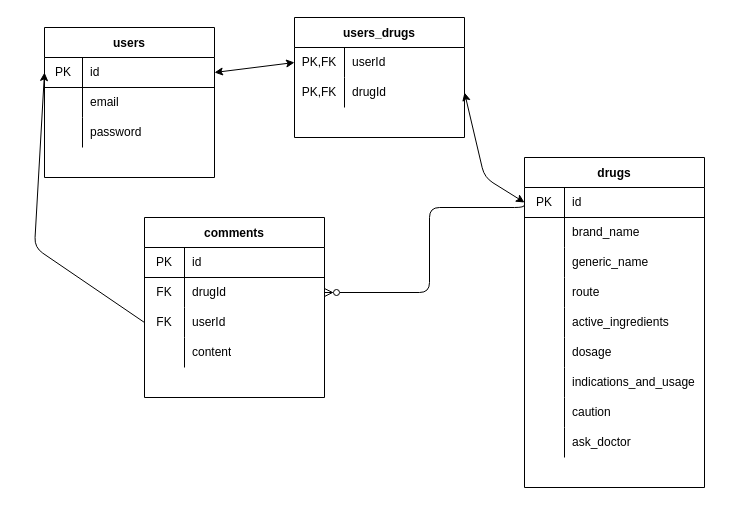
emilyjryan/project-two keeps this draw.io diagram as ERD.drawio. Above is the earlier version. Source tidied: cells renumbered, new cells numbered last; positions are measured from the earlier drawing's top-left corner, leaving out a move shared by most shapes. Both pictures are drawn from the tidied source at 100%, with x=0, y=0 at pixel (34, 17).
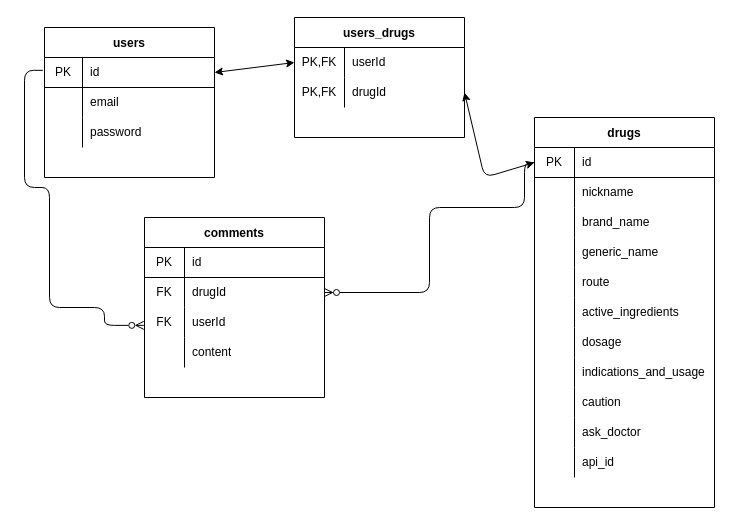
After the change.

The change refers to these unchanged cells:
```xml
<mxCell id="3" style="shape=partialRectangle;html=1;whiteSpace=wrap;fillColor=none;top=0;left=0;bottom=1;right=0;points=[[0,0.5],[1,0.5]];portConstraint=eastwest;" parent="2" vertex="1">
  <mxGeometry y="30" width="170" height="30" as="geometry" />
</mxCell>
<mxCell id="16" style="shape=partialRectangle;html=1;whiteSpace=wrap;fillColor=none;top=0;left=0;bottom=0;right=0;" parent="12" vertex="1">
  <mxGeometry y="60" width="180" height="30" as="geometry" />
</mxCell>
<mxCell id="47" style="shape=partialRectangle;html=1;whiteSpace=wrap;fillColor=none;top=0;left=0;bottom=0;right=0;points=[[0,0.5],[1,0.5]];portConstraint=eastwest;" parent="40" vertex="1">
  <mxGeometry y="90" width="180" height="30" as="geometry" />
</mxCell>
```

The edit, as a diff of the source:
```diff
@@
     <mxCell id="12" value="drugs" style="shape=table;startSize=30;childLayout=tableLayout;rowLines=0;fontStyle=1;align=center;" parent="1" vertex="1">
-      <mxGeometry x="490" y="140" width="180" height="330" as="geometry" />
+      <mxGeometry x="500" y="100" width="180" height="390" as="geometry" />
     </mxCell>
@@
-    <mxCell id="18" value="brand_name" style="shape=partialRectangle;html=1;whiteSpace=wrap;fillColor=none;top=0;left=0;bottom=0;right=0;align=left;spacingLeft=6;overflow=hidden;" parent="16" vertex="1">
+    <mxCell id="18" value="nickname" style="shape=partialRectangle;html=1;whiteSpace=wrap;fillColor=none;top=0;left=0;bottom=0;right=0;align=left;spacingLeft=6;overflow=hidden;" parent="16" vertex="1">
       <mxGeometry x="40" width="140" height="30" as="geometry" />
     </mxCell>
+    <mxCell id="64" style="shape=partialRectangle;html=1;whiteSpace=wrap;fillColor=none;top=0;left=0;bottom=0;right=0;" parent="12" vertex="1">
+      <mxGeometry y="90" width="180" height="30" as="geometry" />
+    </mxCell>
+    <mxCell id="65" style="shape=partialRectangle;html=1;whiteSpace=wrap;fillColor=none;top=0;left=0;bottom=0;right=0;overflow=hidden;" parent="64" vertex="1">
+      <mxGeometry width="40" height="30" as="geometry" />
+    </mxCell>
+    <mxCell id="66" value="brand_name" style="shape=partialRectangle;html=1;whiteSpace=wrap;fillColor=none;top=0;left=0;bottom=0;right=0;align=left;spacingLeft=6;overflow=hidden;" parent="64" vertex="1">
+      <mxGeometry x="40" width="140" height="30" as="geometry" />
+    </mxCell>
     <mxCell id="19" style="shape=partialRectangle;html=1;whiteSpace=wrap;fillColor=none;top=0;left=0;bottom=0;right=0;" parent="12" vertex="1">
-      <mxGeometry y="90" width="180" height="30" as="geometry" />
+      <mxGeometry y="120" width="180" height="30" as="geometry" />
     </mxCell>
@@
     <mxCell id="22" style="shape=partialRectangle;html=1;whiteSpace=wrap;fillColor=none;top=0;left=0;bottom=0;right=0;" parent="12" vertex="1">
-      <mxGeometry y="120" width="180" height="30" as="geometry" />
+      <mxGeometry y="150" width="180" height="30" as="geometry" />
     </mxCell>
@@
     <mxCell id="25" style="shape=partialRectangle;html=1;whiteSpace=wrap;fillColor=none;top=0;left=0;bottom=0;right=0;" parent="12" vertex="1">
-      <mxGeometry y="150" width="180" height="30" as="geometry" />
+      <mxGeometry y="180" width="180" height="30" as="geometry" />
     </mxCell>
@@
     <mxCell id="28" style="shape=partialRectangle;html=1;whiteSpace=wrap;fillColor=none;top=0;left=0;bottom=0;right=0;" parent="12" vertex="1">
-      <mxGeometry y="180" width="180" height="30" as="geometry" />
+      <mxGeometry y="210" width="180" height="30" as="geometry" />
     </mxCell>
@@
     <mxCell id="31" style="shape=partialRectangle;html=1;whiteSpace=wrap;fillColor=none;top=0;left=0;bottom=0;right=0;" parent="12" vertex="1">
-      <mxGeometry y="210" width="180" height="30" as="geometry" />
+      <mxGeometry y="240" width="180" height="30" as="geometry" />
     </mxCell>
@@
     <mxCell id="34" style="shape=partialRectangle;html=1;whiteSpace=wrap;fillColor=none;top=0;left=0;bottom=0;right=0;" parent="12" vertex="1">
-      <mxGeometry y="240" width="180" height="30" as="geometry" />
+      <mxGeometry y="270" width="180" height="30" as="geometry" />
     </mxCell>
@@
     <mxCell id="37" style="shape=partialRectangle;html=1;whiteSpace=wrap;fillColor=none;top=0;left=0;bottom=0;right=0;" parent="12" vertex="1">
-      <mxGeometry y="270" width="180" height="30" as="geometry" />
+      <mxGeometry y="300" width="180" height="30" as="geometry" />
     </mxCell>
@@
+    <mxCell id="67" style="shape=partialRectangle;html=1;whiteSpace=wrap;fillColor=none;top=0;left=0;bottom=0;right=0;" parent="12" vertex="1">
+      <mxGeometry y="330" width="180" height="30" as="geometry" />
+    </mxCell>
+    <mxCell id="68" style="shape=partialRectangle;html=1;whiteSpace=wrap;fillColor=none;top=0;left=0;bottom=0;right=0;overflow=hidden;" parent="67" vertex="1">
+      <mxGeometry width="40" height="30" as="geometry" />
+    </mxCell>
+    <mxCell id="69" value="api_id" style="shape=partialRectangle;html=1;whiteSpace=wrap;fillColor=none;top=0;left=0;bottom=0;right=0;align=left;spacingLeft=6;overflow=hidden;" parent="67" vertex="1">
+      <mxGeometry x="40" width="140" height="30" as="geometry" />
+    </mxCell>
@@
-    <mxCell id="63" style="edgeStyle=none;html=1;exitX=0;exitY=0.5;exitDx=0;exitDy=0;entryX=0;entryY=0.5;entryDx=0;entryDy=0;" parent="1" edge="1" source="47" target="3">
-      <mxGeometry relative="1" as="geometry">
-        <Array as="points">
-          <mxPoint y="230" />
-        </Array>
-      </mxGeometry>
-    </mxCell>
+    <mxCell id="70" style="edgeStyle=orthogonalEdgeStyle;html=1;exitX=-0.01;exitY=0.428;exitDx=0;exitDy=0;entryX=-0.004;entryY=0.595;entryDx=0;entryDy=0;endArrow=ERzeroToMany;endFill=0;entryPerimeter=0;exitPerimeter=0;" parent="1" edge="1" source="3" target="47">
+      <mxGeometry relative="1" as="geometry">
+        <Array as="points">
+          <mxPoint x="-10" y="53" />
+          <mxPoint x="-10" y="170" />
+          <mxPoint x="15" y="170" />
+          <mxPoint x="15" y="290" />
+          <mxPoint x="70" y="290" />
+          <mxPoint x="70" y="308" />
+        </Array>
+      </mxGeometry>
+    </mxCell>
```
